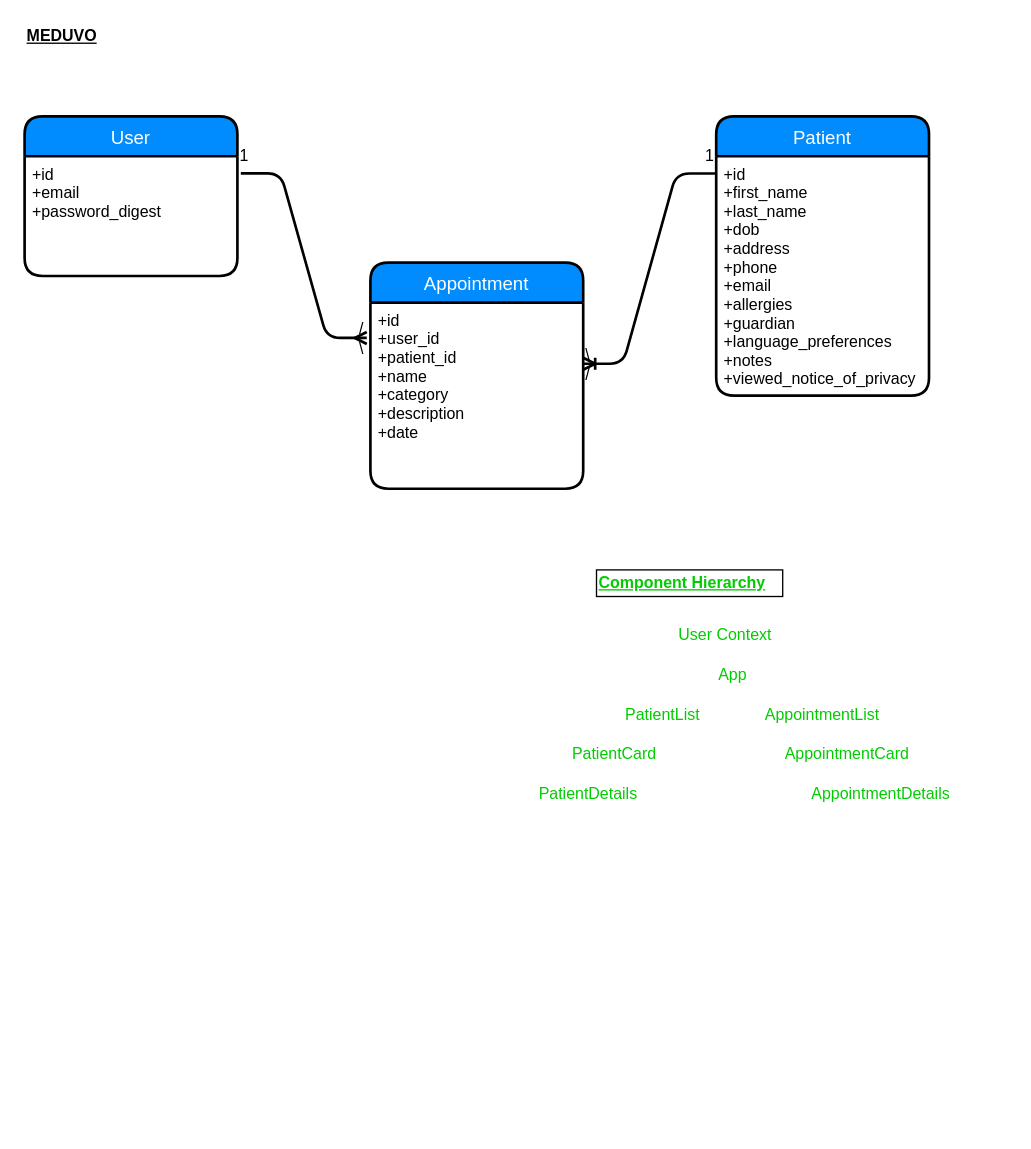
The draw.io diagram page "ERD" (1 of 3) of client/1.drawio in minchulan/meduvo, before the edit. Source tidied: cells renumbered, new cells numbered last; positions are measured from the earlier drawing's top-left corner, leaving out a move shared by most shapes. Both pictures are drawn from the tidied source at 133%, with x=0, y=0 at pixel (24, 23).
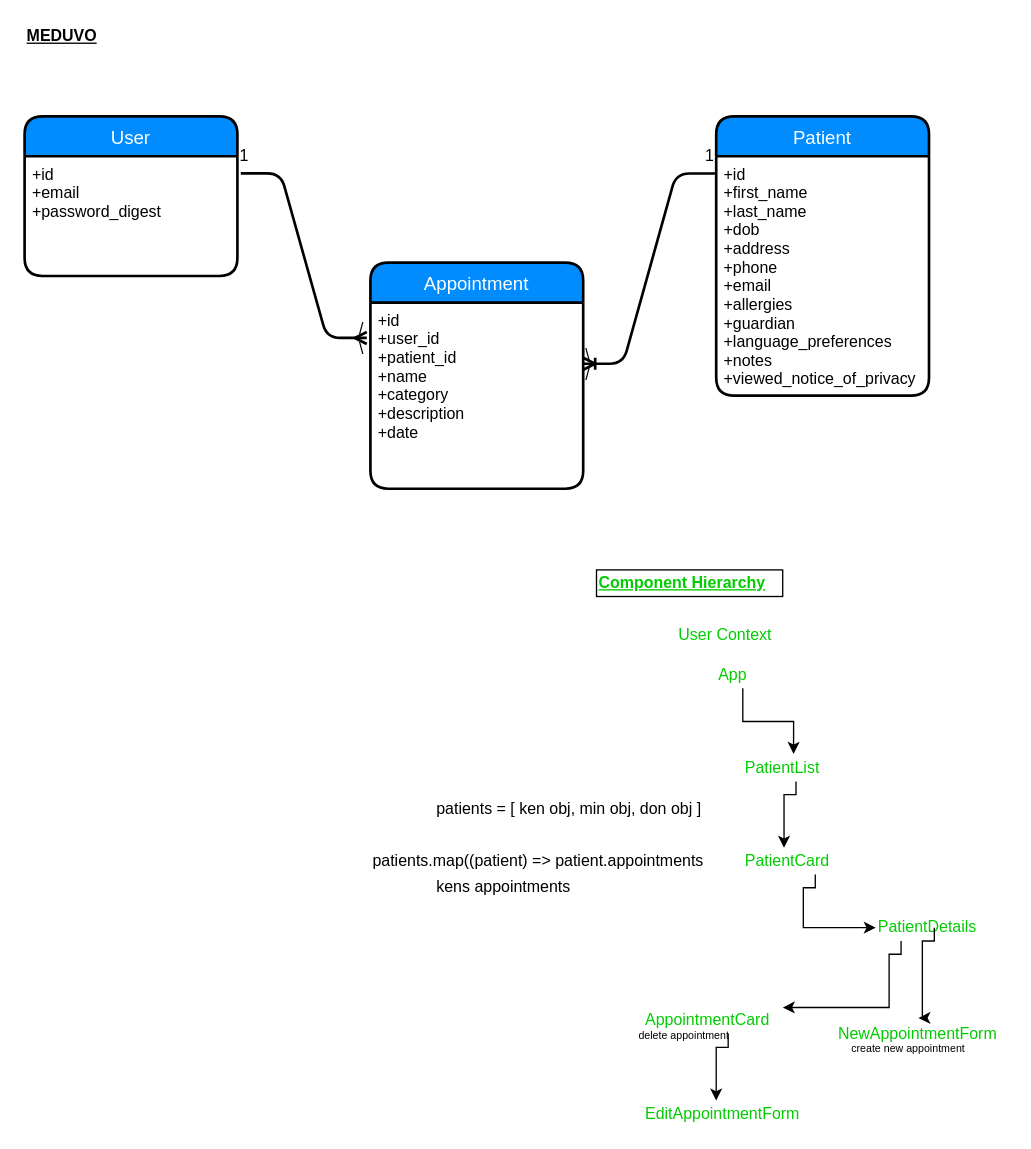
Above is the later version.

Unchanged cells that the change refers to:
```xml
<mxCell id="19" value="App" style="text;html=1;points=[];align=left;verticalAlign=top;spacingTop=-4;fontSize=12;fontColor=#00CC00;" parent="1" vertex="1">
  <mxGeometry x="520" y="480" width="40" height="20" as="geometry" />
</mxCell>
```

Diff of the diagram source:
```diff
@@
+    <mxCell id="26" style="edgeStyle=orthogonalEdgeStyle;rounded=0;jettySize=auto;html=1;entryX=0.545;entryY=-0.032;entryDx=0;entryDy=0;entryPerimeter=0;" parent="1" edge="1" source="19" target="20">
+      <mxGeometry relative="1" as="geometry" />
+    </mxCell>
@@
     <mxCell id="20" value="PatientList" style="text;html=1;points=[];align=left;verticalAlign=top;spacingTop=-4;fontSize=12;fontColor=#00CC00;" parent="1" vertex="1">
-      <mxGeometry x="450" y="510" width="70" height="20" as="geometry" />
+      <mxGeometry x="540" y="550" width="70" height="20" as="geometry" />
     </mxCell>
-    <mxCell id="21" value="AppointmentList" style="text;html=1;align=left;verticalAlign=top;spacingTop=-4;fontSize=12;fontColor=#00CC00;" parent="1" vertex="1">
-      <mxGeometry x="555" y="510" width="100" height="20" as="geometry" />
-    </mxCell>
-    <mxCell id="22" value="AppointmentCard&amp;nbsp;" style="text;html=1;points=[];align=left;verticalAlign=top;spacingTop=-4;fontSize=12;fontColor=#00CC00;" parent="1" vertex="1">
-      <mxGeometry x="570" y="540" width="110" height="20" as="geometry" />
-    </mxCell>
-    <mxCell id="23" value="AppointmentDetails&amp;nbsp;" style="text;html=1;align=left;verticalAlign=top;spacingTop=-4;fontSize=12;fontColor=#00CC00;" parent="1" vertex="1">
-      <mxGeometry x="590" y="570" width="120" height="20" as="geometry" />
-    </mxCell>
     <mxCell id="24" value="PatientCard" style="text;html=1;align=left;verticalAlign=top;spacingTop=-4;fontSize=12;fontColor=#00CC00;" parent="1" vertex="1">
-      <mxGeometry x="410" y="540" width="80" height="20" as="geometry" />
+      <mxGeometry x="540" y="620" width="80" height="20" as="geometry" />
     </mxCell>
     <mxCell id="25" value="PatientDetails&amp;nbsp;" style="text;html=1;align=left;verticalAlign=top;spacingTop=-4;fontSize=12;fontColor=#00CC00;" parent="1" vertex="1">
-      <mxGeometry x="385" y="570" width="90" height="20" as="geometry" />
+      <mxGeometry x="640" y="670" width="90" height="20" as="geometry" />
     </mxCell>
+    <mxCell id="27" style="edgeStyle=orthogonalEdgeStyle;rounded=0;orthogonalLoop=1;jettySize=auto;html=1;" parent="1" edge="1">
+      <mxGeometry relative="1" as="geometry">
+        <mxPoint x="580" y="570" as="sourcePoint" />
+        <mxPoint x="571" y="620" as="targetPoint" />
+        <Array as="points">
+          <mxPoint x="580" y="580" />
+          <mxPoint x="571" y="580" />
+        </Array>
+      </mxGeometry>
+    </mxCell>
+    <mxCell id="28" style="edgeStyle=orthogonalEdgeStyle;rounded=0;orthogonalLoop=1;jettySize=auto;html=1;" parent="1" edge="1">
+      <mxGeometry relative="1" as="geometry">
+        <mxPoint x="594.5" y="640" as="sourcePoint" />
+        <mxPoint x="640" y="680" as="targetPoint" />
+        <Array as="points">
+          <mxPoint x="594.5" y="650" />
+          <mxPoint x="585.5" y="650" />
+        </Array>
+      </mxGeometry>
+    </mxCell>
+    <mxCell id="29" value="NewAppointmentForm" style="text;html=1;points=[];align=left;verticalAlign=top;spacingTop=-4;fontSize=12;fontColor=#00CC00;" parent="1" vertex="1">
+      <mxGeometry x="610" y="750" width="130" height="20" as="geometry" />
+    </mxCell>
+    <mxCell id="30" style="edgeStyle=orthogonalEdgeStyle;rounded=0;jettySize=auto;html=1;entryX=0.477;entryY=-0.104;entryDx=0;entryDy=0;entryPerimeter=0;" parent="1" edge="1" target="29">
+      <mxGeometry relative="1" as="geometry">
+        <mxPoint x="684" y="680" as="sourcePoint" />
+        <Array as="points">
+          <mxPoint x="684" y="690" />
+          <mxPoint x="675" y="690" />
+          <mxPoint x="675" y="748" />
+        </Array>
+      </mxGeometry>
+    </mxCell>
+    <mxCell id="22" value="AppointmentCard" style="text;html=1;points=[];align=left;verticalAlign=top;spacingTop=-4;fontSize=12;fontColor=#00CC00;" parent="1" vertex="1">
+      <mxGeometry x="465" y="740" width="110" height="20" as="geometry" />
+    </mxCell>
+    <mxCell id="31" style="edgeStyle=orthogonalEdgeStyle;rounded=0;jettySize=auto;html=1;entryX=0.955;entryY=0;entryDx=0;entryDy=0;entryPerimeter=0;" parent="1" edge="1" target="22">
+      <mxGeometry relative="1" as="geometry">
+        <mxPoint x="659" y="690" as="sourcePoint" />
+        <Array as="points">
+          <mxPoint x="659" y="700" />
+          <mxPoint x="650" y="700" />
+          <mxPoint x="650" y="740" />
+        </Array>
+      </mxGeometry>
+    </mxCell>
+    <mxCell id="32" value="EditAppointmentForm" style="text;html=1;align=left;verticalAlign=top;spacingTop=-4;fontSize=12;fontColor=#00CC00;" parent="1" vertex="1">
+      <mxGeometry x="465" y="810" width="130" height="20" as="geometry" />
+    </mxCell>
+    <mxCell id="33" style="edgeStyle=orthogonalEdgeStyle;rounded=0;orthogonalLoop=1;jettySize=auto;html=1;" parent="1" edge="1">
+      <mxGeometry relative="1" as="geometry">
+        <mxPoint x="529" y="760" as="sourcePoint" />
+        <mxPoint x="520" y="810" as="targetPoint" />
+        <Array as="points">
+          <mxPoint x="529" y="770" />
+          <mxPoint x="520" y="770" />
+        </Array>
+      </mxGeometry>
+    </mxCell>
+    <mxCell id="34" value="&lt;font style=&quot;font-size: 8px&quot;&gt;create new appointment&lt;/font&gt;" style="text;html=1;align=left;verticalAlign=top;spacingTop=-4;" parent="1" vertex="1">
+      <mxGeometry x="620" y="760" width="100" height="20" as="geometry" />
+    </mxCell>
+    <mxCell id="35" value="patients = [ ken obj, min obj, don obj ]&amp;nbsp;" style="text;html=1;align=left;verticalAlign=top;spacingTop=-4;" parent="1" vertex="1">
+      <mxGeometry x="308" y="581" width="220" height="20" as="geometry" />
+    </mxCell>
+    <mxCell id="36" value="patients.map((patient) =&amp;gt; patient.appointments" style="text;html=1;align=left;verticalAlign=top;spacingTop=-4;" parent="1" vertex="1">
+      <mxGeometry x="260" y="620" width="260" height="20" as="geometry" />
+    </mxCell>
+    <mxCell id="37" value="kens appointments&amp;nbsp;" style="text;html=1;align=left;verticalAlign=top;spacingTop=-4;" parent="1" vertex="1">
+      <mxGeometry x="308" y="640" width="120" height="20" as="geometry" />
+    </mxCell>
+    <mxCell id="38" value="&lt;font style=&quot;font-size: 8px&quot;&gt;delete appointment&lt;/font&gt;" style="text;html=1;align=left;verticalAlign=top;spacingTop=-4;" parent="1" vertex="1">
+      <mxGeometry x="460" y="750" width="80" height="20" as="geometry" />
+    </mxCell>
```
